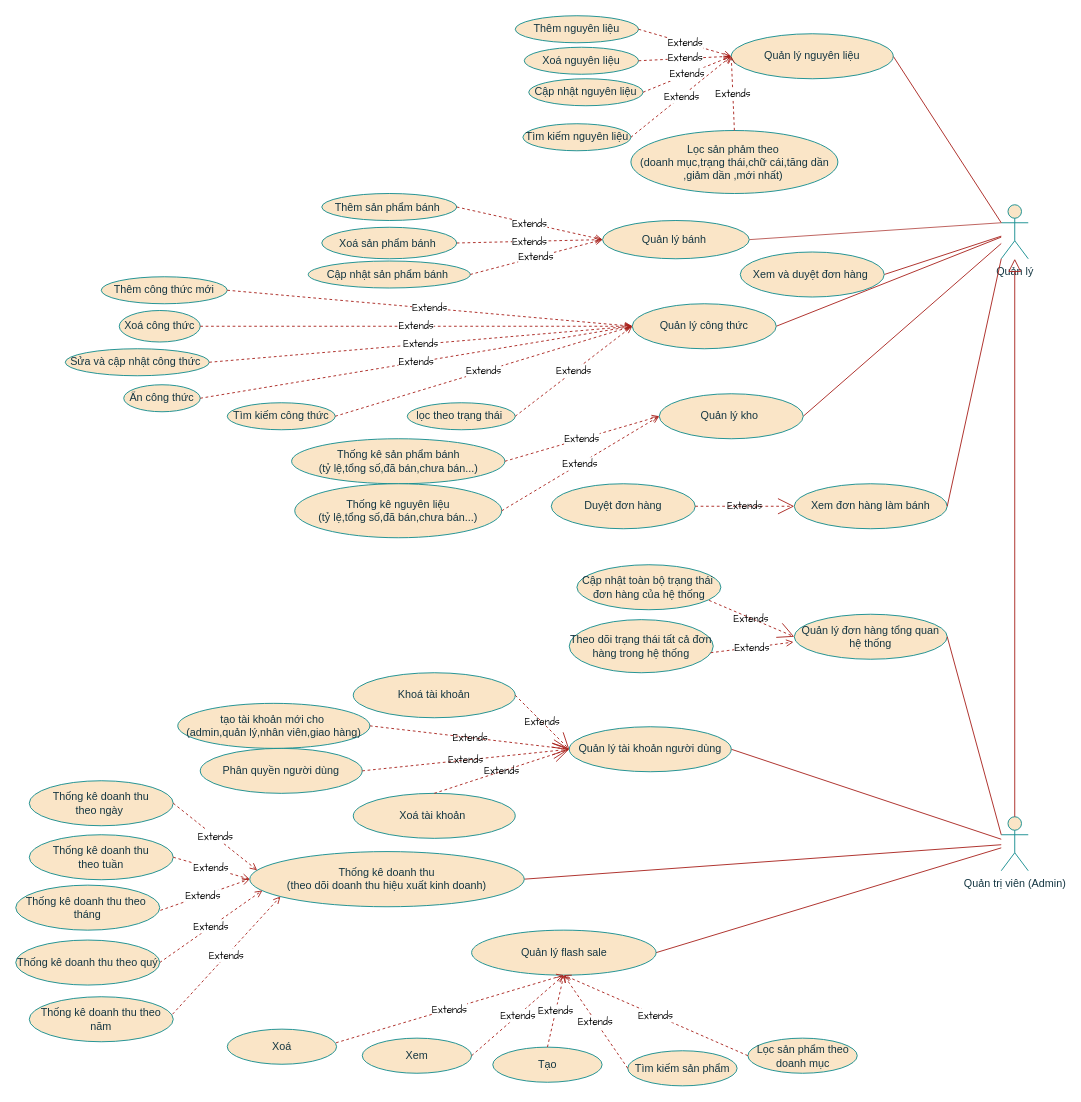
The draw.io diagram page "Page-2" (2 of 4) of Sơ đồ/UseCaseBakeryLuna.diagram.drawio in Thong5279/LunaBakeryDeploy, before the edit. Source tidied: cells renumbered, new cells numbered last; positions are measured from the earlier drawing's top-left corner, leaving out a move shared by most shapes. Both pictures are drawn from the tidied source at 90%, with x=0, y=0 at pixel (15, 15).
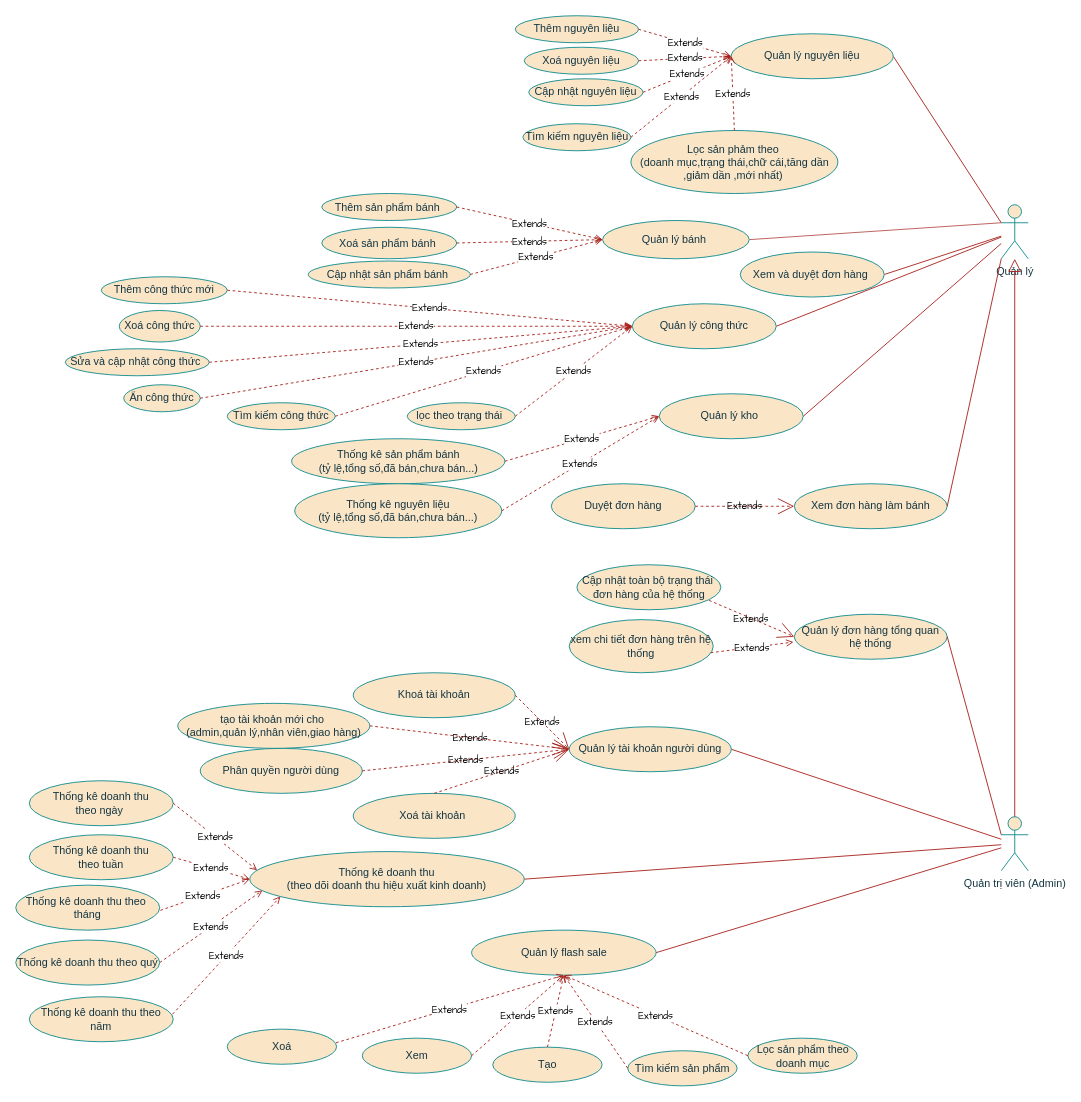
The same page after the edit.

Commit message (it also covers changes not shown here):
xem chi tiết đơn hàng cỉa quản lý

Change to the diagram source:
```diff
@@
-    <mxCell id="24" value="Theo dõi trạng thái tất cả đơn hàng trong hệ thống" style="ellipse;whiteSpace=wrap;html=1;labelBackgroundColor=none;fillColor=#FAE5C7;strokeColor=#0F8B8D;fontColor=#143642;" parent="1" vertex="1">
+    <mxCell id="24" value="xem chi tiết đơn hàng trên hệ thống" style="ellipse;whiteSpace=wrap;html=1;labelBackgroundColor=none;fillColor=#FAE5C7;strokeColor=#0F8B8D;fontColor=#143642;" parent="1" vertex="1">
       <mxGeometry x="615" y="671" width="160" height="59" as="geometry" />
     </mxCell>
```
